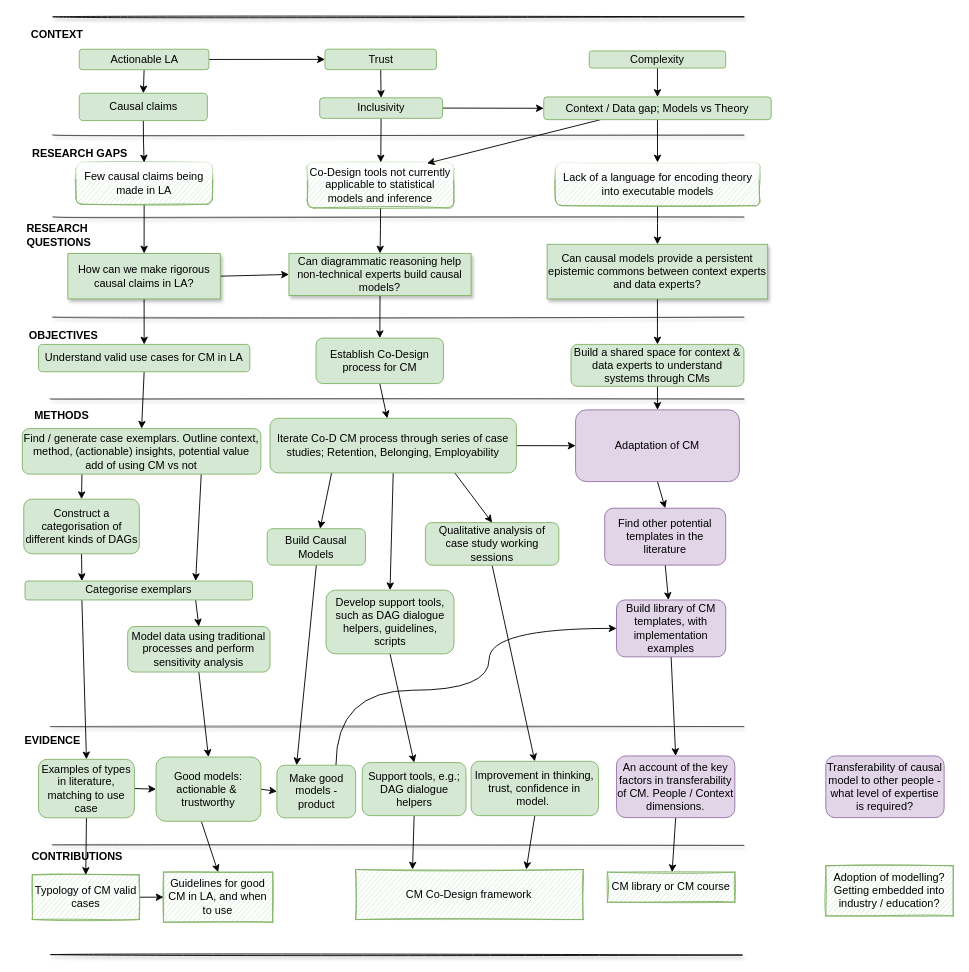
Above: page "Page-6" (6 of 7) of Thesis diagram.drawio in benwhicks/phd (draw.io), before the change. Source tidied: cells renumbered, new cells numbered last; positions are measured from the earlier drawing's top-left corner, leaving out a move shared by most shapes. Both pictures are drawn from the tidied source at 91%, with x=0, y=0 at pixel (15, 16).
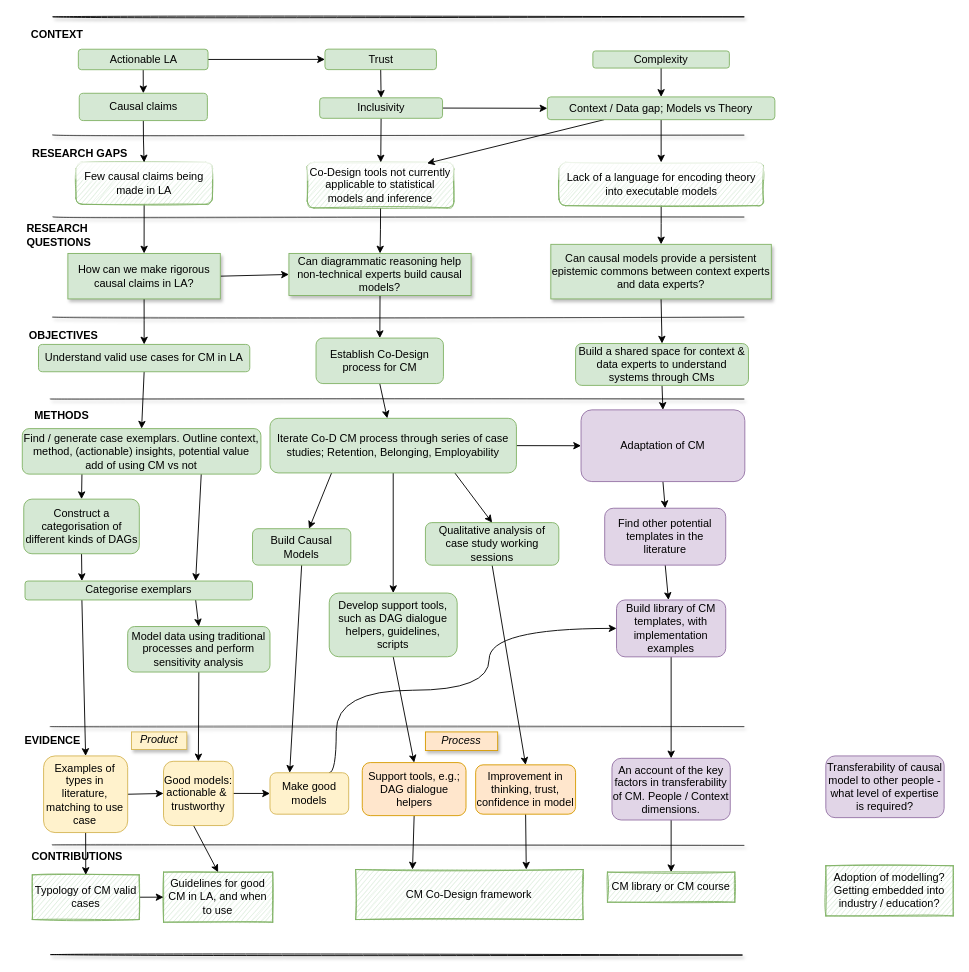
After the change.

Diff of the diagram source:
```diff
@@
     <mxCell id="6" value="Can causal models provide a persistent epistemic commons between context experts and data experts?" style="rounded=0;whiteSpace=wrap;html=1;fillColor=#d5e8d4;strokeColor=#82b366;glass=0;sketch=0;shadow=1;" parent="1" vertex="1">
-      <mxGeometry x="583.8" y="250" width="242.3" height="60" as="geometry" />
+      <mxGeometry x="587.8" y="250" width="242.3" height="60" as="geometry" />
     </mxCell>
@@
     <mxCell id="12" value="Lack of a language for encoding theory into executable models" style="rounded=1;whiteSpace=wrap;html=1;fillColor=#d5e8d4;strokeColor=#82b366;glass=1;sketch=1;" parent="1" vertex="1">
-      <mxGeometry x="592.8" y="160" width="224.5" height="47.5" as="geometry" />
+      <mxGeometry x="596.8" y="160" width="224.5" height="47.5" as="geometry" />
     </mxCell>
@@
     <mxCell id="22" value="Actionable LA" style="rounded=1;whiteSpace=wrap;html=1;fillColor=#d5e8d4;strokeColor=#82b366;" parent="1" vertex="1">
-      <mxGeometry x="69.6" y="35.6" width="142.5" height="22.5" as="geometry" />
+      <mxGeometry x="68.6" y="35.6" width="142.5" height="22.5" as="geometry" />
     </mxCell>
@@
-    <mxCell id="37" value="Improvement in thinking, trust, confidence in model.&amp;nbsp;" style="whiteSpace=wrap;html=1;rounded=1;shadow=0;glass=0;sketch=0;fillColor=#d5e8d4;strokeColor=#82b366;" parent="1" vertex="1">
-      <mxGeometry x="500.2" y="818.1" width="140" height="59.7" as="geometry" />
+    <mxCell id="37" value="Improvement in thinking, trust, confidence in model" style="whiteSpace=wrap;html=1;rounded=1;shadow=0;glass=0;sketch=0;fillColor=#ffe6cc;strokeColor=#d79b00;" parent="1" vertex="1">
+      <mxGeometry x="505.2" y="822" width="109.8" height="54.2" as="geometry" />
     </mxCell>
@@
     <mxCell id="44" value="Complexity" style="rounded=1;whiteSpace=wrap;html=1;align=center;fillColor=#d5e8d4;strokeColor=#82b366;shadow=0;sketch=0;fontFamily=Helvetica;fontStyle=0;fontSize=12;" parent="1" vertex="1">
-      <mxGeometry x="630" y="37.5" width="150" height="18.8" as="geometry" />
+      <mxGeometry x="634" y="37.5" width="150" height="18.8" as="geometry" />
     </mxCell>
@@
-    <mxCell id="55" value="Good models: actionable &amp;amp;&amp;nbsp; trustworthy" style="rounded=1;whiteSpace=wrap;html=1;sketch=0;fillColor=#d5e8d4;strokeColor=#82b366;shadow=0;" parent="1" vertex="1">
-      <mxGeometry x="154" y="813.4" width="115.2" height="70.6" as="geometry" />
+    <mxCell id="55" value="Good models: actionable &amp;amp;&amp;nbsp; trustworthy" style="rounded=1;whiteSpace=wrap;html=1;sketch=0;fillColor=#fff2cc;strokeColor=#d6b656;shadow=0;" parent="1" vertex="1">
+      <mxGeometry x="162.2" y="818.1" width="76.6" height="70.6" as="geometry" />
     </mxCell>
@@
-    <mxCell id="59" value="Support tools, e.g.; DAG dialogue helpers" style="rounded=1;whiteSpace=wrap;html=1;sketch=0;fillColor=#d5e8d4;strokeColor=#82b366;shadow=0;" parent="1" vertex="1">
+    <mxCell id="59" value="Support tools, e.g.; DAG dialogue helpers" style="rounded=1;whiteSpace=wrap;html=1;sketch=0;fillColor=#ffe6cc;strokeColor=#d79b00;shadow=0;" parent="1" vertex="1">
       <mxGeometry x="380.6" y="819.5" width="114" height="58.3" as="geometry" />
     </mxCell>
@@
     <mxCell id="62" value="An account of the key factors in transferability of CM. People / Context dimensions." style="whiteSpace=wrap;html=1;rounded=1;shadow=0;glass=0;sketch=0;fillColor=#e1d5e7;strokeColor=#9673a6;" parent="1" vertex="1">
-      <mxGeometry x="660" y="812.2" width="130" height="67.8" as="geometry" />
+      <mxGeometry x="655" y="814.8" width="130" height="67.8" as="geometry" />
     </mxCell>
@@
     <mxCell id="68" value="Context / Data gap; Models vs Theory" style="rounded=1;whiteSpace=wrap;html=1;fillColor=#d5e8d4;strokeColor=#82b366;" parent="1" vertex="1">
-      <mxGeometry x="580" y="88" width="250" height="25" as="geometry" />
+      <mxGeometry x="584" y="88" width="250" height="25" as="geometry" />
     </mxCell>
@@
     <mxCell id="70" value="Build a shared space for context &amp;amp; data experts to understand systems through CMs" style="rounded=1;whiteSpace=wrap;html=1;fillColor=#d5e8d4;strokeColor=#82b366;" parent="1" vertex="1">
-      <mxGeometry x="610" y="360" width="190" height="46" as="geometry" />
+      <mxGeometry x="615" y="359" width="190" height="46" as="geometry" />
     </mxCell>
@@
-    <mxCell id="79" value="Examples of types in literature, matching to use case" style="rounded=1;whiteSpace=wrap;html=1;sketch=0;fillColor=#d5e8d4;strokeColor=#82b366;gradientColor=none;shadow=0;" parent="1" vertex="1">
-      <mxGeometry x="24.8" y="815.9" width="105.4" height="64.3" as="geometry" />
+    <mxCell id="79" value="Examples of types in literature, matching to use case" style="rounded=1;whiteSpace=wrap;html=1;sketch=0;fillColor=#fff2cc;strokeColor=#d6b656;shadow=0;" parent="1" vertex="1">
+      <mxGeometry x="30.4" y="812.2" width="92.4" height="84.2" as="geometry" />
     </mxCell>
@@
     <mxCell id="85" value="Develop support tools, such as DAG dialogue helpers, guidelines, scripts" style="rounded=1;whiteSpace=wrap;html=1;fillColor=#d5e8d4;strokeColor=#82b366;" parent="1" vertex="1">
-      <mxGeometry x="340.8" y="630" width="140.6" height="70" as="geometry" />
+      <mxGeometry x="344.3" y="633.2" width="140.6" height="70" as="geometry" />
     </mxCell>
@@
     <mxCell id="87" value="Adaptation of CM" style="whiteSpace=wrap;html=1;rounded=1;shadow=0;glass=0;sketch=0;fillColor=#e1d5e7;strokeColor=#9673a6;" parent="1" vertex="1">
-      <mxGeometry x="615" y="431.9" width="180" height="78.8" as="geometry" />
+      <mxGeometry x="621" y="431.9" width="180" height="78.8" as="geometry" />
     </mxCell>
@@
     <mxCell id="96" value="Build Causal Models" style="whiteSpace=wrap;html=1;rounded=1;shadow=0;glass=0;sketch=0;fillColor=#d5e8d4;strokeColor=#82b366;" parent="1" vertex="1">
-      <mxGeometry x="276.1" y="562.5" width="108" height="40" as="geometry" />
+      <mxGeometry x="260" y="562.5" width="108" height="40" as="geometry" />
     </mxCell>
-    <mxCell id="97" value="Make good models - product" style="rounded=1;whiteSpace=wrap;html=1;sketch=0;fillColor=#d5e8d4;strokeColor=#82b366;shadow=0;" parent="1" vertex="1">
-      <mxGeometry x="286.8" y="822.4" width="86.5" height="57.8" as="geometry" />
+    <mxCell id="97" value="Make good models" style="rounded=1;whiteSpace=wrap;html=1;sketch=0;fillColor=#fff2cc;strokeColor=#d6b656;shadow=0;" parent="1" vertex="1">
+      <mxGeometry x="279.2" y="830.7" width="86.5" height="45.5" as="geometry" />
     </mxCell>
@@
+    <mxCell id="101" value="&lt;i&gt;Product&lt;/i&gt;" style="rounded=0;whiteSpace=wrap;html=1;sketch=0;fillColor=#fff2cc;strokeColor=#d6b656;shadow=1;glass=0;" parent="1" vertex="1">
+      <mxGeometry x="127" y="785.8" width="60.8" height="19.3" as="geometry" />
+    </mxCell>
+    <mxCell id="102" value="&lt;i&gt;Process&lt;/i&gt;" style="rounded=0;whiteSpace=wrap;html=1;sketch=0;fillColor=#ffe6cc;strokeColor=#d79b00;shadow=1;glass=0;" parent="1" vertex="1">
+      <mxGeometry x="450" y="785.8" width="79.4" height="20.5" as="geometry" />
+    </mxCell>
```
